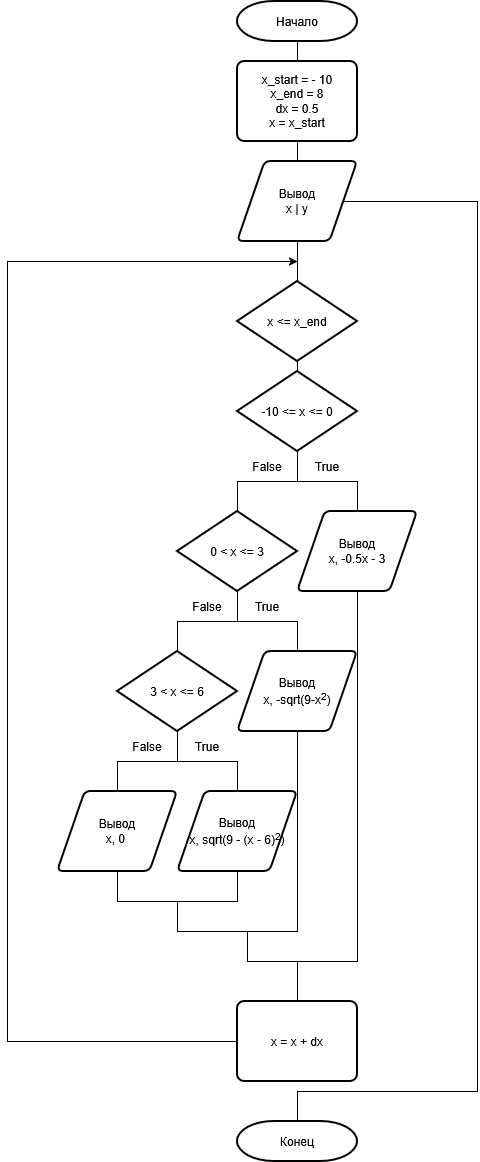
Before: ta1.drawio.png, a diagram exported from draw.io (towanth/Python_cycles). Source tidied: cells renumbered, new cells last; positions are measured from the earlier drawing's top-left corner, leaving out a move shared by most shapes. Its diagram source:
```xml
<mxGraphModel>
  <root>
    <mxCell id="0" />
    <mxCell id="1" parent="0" />
    <mxCell id="2" value="Начало" style="strokeWidth=2;html=1;shape=mxgraph.flowchart.terminator;whiteSpace=wrap;rotation=0;" parent="1" vertex="1">
      <mxGeometry x="230" width="120" height="40" as="geometry" />
    </mxCell>
    <mxCell id="3" style="endArrow=none;html=1;rounded=0;entryX=0.5;entryY=1;entryDx=0;entryDy=0;exitX=0.5;exitY=0;exitDx=0;exitDy=0;exitPerimeter=0;" parent="1" edge="1" source="4" target="10">
      <mxGeometry relative="1" as="geometry" />
    </mxCell>
    <mxCell id="4" value="x &amp;lt;= x_end" style="strokeWidth=2;html=1;shape=mxgraph.flowchart.decision;whiteSpace=wrap;rotation=0;" parent="1" vertex="1">
      <mxGeometry x="230" y="280" width="120" height="80" as="geometry" />
    </mxCell>
    <mxCell id="5" style="endArrow=none;html=1;rounded=0;entryX=0.5;entryY=1;entryDx=0;entryDy=0;entryPerimeter=0;exitX=0.5;exitY=0;exitDx=0;exitDy=0;exitPerimeter=0;" parent="1" edge="1" source="11" target="4">
      <mxGeometry relative="1" as="geometry" />
    </mxCell>
    <mxCell id="6" style="endArrow=none;html=1;rounded=0;entryX=1;entryY=0.5;entryDx=0;entryDy=0;exitX=0.5;exitY=0;exitDx=0;exitDy=0;exitPerimeter=0;" parent="1" edge="1" source="22" target="10">
      <mxGeometry relative="1" as="geometry">
        <Array as="points">
          <mxPoint x="290" y="1090" />
          <mxPoint x="360" y="1090" />
          <mxPoint x="470" y="1090" />
          <mxPoint x="470" y="970" />
          <mxPoint x="470" y="200" />
        </Array>
      </mxGeometry>
    </mxCell>
    <mxCell id="7" value="&lt;div&gt;x_start = - 10&lt;/div&gt;&lt;div&gt;x_end = 8&lt;/div&gt;&lt;div&gt;dx = 0.5&lt;/div&gt;&lt;div&gt;x = x_start&lt;/div&gt;" style="rounded=1;whiteSpace=wrap;html=1;absoluteArcSize=1;arcSize=14;strokeWidth=2;rotation=0;" parent="1" vertex="1">
      <mxGeometry x="230" y="60" width="120" height="80" as="geometry" />
    </mxCell>
    <mxCell id="8" style="endArrow=none;html=1;rounded=0;entryX=0.5;entryY=1;entryDx=0;entryDy=0;entryPerimeter=0;exitX=0.5;exitY=0;exitDx=0;exitDy=0;" parent="1" edge="1" source="7" target="2">
      <mxGeometry relative="1" as="geometry" />
    </mxCell>
    <mxCell id="9" style="endArrow=none;html=1;rounded=0;entryX=0.5;entryY=1;entryDx=0;entryDy=0;exitX=0.5;exitY=0;exitDx=0;exitDy=0;" parent="1" edge="1" source="10" target="7">
      <mxGeometry relative="1" as="geometry" />
    </mxCell>
    <mxCell id="10" value="Вывод&lt;br&gt;x | y" style="shape=parallelogram;html=1;strokeWidth=2;perimeter=parallelogramPerimeter;whiteSpace=wrap;rounded=1;arcSize=12;size=0.23;rotation=0;" parent="1" vertex="1">
      <mxGeometry x="230" y="160" width="120" height="80" as="geometry" />
    </mxCell>
    <mxCell id="11" value="-10 &amp;lt;= x &amp;lt;= 0" style="strokeWidth=2;html=1;shape=mxgraph.flowchart.decision;whiteSpace=wrap;rotation=0;" parent="1" vertex="1">
      <mxGeometry x="230" y="370" width="120" height="80" as="geometry" />
    </mxCell>
    <mxCell id="12" style="endArrow=none;html=1;rounded=0;entryX=0.5;entryY=1;entryDx=0;entryDy=0;entryPerimeter=0;exitX=0.5;exitY=0;exitDx=0;exitDy=0;exitPerimeter=0;" parent="1" edge="1" source="14" target="11">
      <mxGeometry relative="1" as="geometry">
        <Array as="points">
          <mxPoint x="230" y="480" />
          <mxPoint x="290" y="480" />
        </Array>
      </mxGeometry>
    </mxCell>
    <mxCell id="13" value="Вывод&lt;br&gt;x, -0.5x - 3" style="shape=parallelogram;html=1;strokeWidth=2;perimeter=parallelogramPerimeter;whiteSpace=wrap;rounded=1;arcSize=12;size=0.23;rotation=0;" parent="1" vertex="1">
      <mxGeometry x="290" y="510" width="120" height="80" as="geometry" />
    </mxCell>
    <mxCell id="14" value="0 &amp;lt; x &amp;lt;= 3" style="strokeWidth=2;html=1;shape=mxgraph.flowchart.decision;whiteSpace=wrap;rotation=0;" parent="1" vertex="1">
      <mxGeometry x="170" y="510" width="120" height="80" as="geometry" />
    </mxCell>
    <mxCell id="15" value="Вывод&lt;br&gt;&lt;div&gt;x, -sqrt(9-x&lt;sup&gt;2&lt;/sup&gt;)&lt;/div&gt;" style="shape=parallelogram;html=1;strokeWidth=2;perimeter=parallelogramPerimeter;whiteSpace=wrap;rounded=1;arcSize=12;size=0.23;rotation=0;" parent="1" vertex="1">
      <mxGeometry x="230" y="650" width="120" height="80" as="geometry" />
    </mxCell>
    <mxCell id="16" value="3 &amp;lt; x &amp;lt;= 6" style="strokeWidth=2;html=1;shape=mxgraph.flowchart.decision;whiteSpace=wrap;rotation=0;" parent="1" vertex="1">
      <mxGeometry x="110" y="650" width="120" height="80" as="geometry" />
    </mxCell>
    <mxCell id="17" style="endArrow=none;html=1;rounded=0;entryX=0.5;entryY=1;entryDx=0;entryDy=0;entryPerimeter=0;exitX=0.5;exitY=0;exitDx=0;exitDy=0;" parent="1" edge="1" source="19" target="16">
      <mxGeometry relative="1" as="geometry">
        <Array as="points">
          <mxPoint x="110" y="760" />
          <mxPoint x="170" y="760" />
        </Array>
      </mxGeometry>
    </mxCell>
    <mxCell id="18" value="&lt;div&gt;Вывод&lt;/div&gt;&lt;div&gt;x, sqrt(9 - (x - 6)&lt;sup&gt;2&lt;/sup&gt;)&lt;/div&gt;" style="shape=parallelogram;html=1;strokeWidth=2;perimeter=parallelogramPerimeter;whiteSpace=wrap;rounded=1;arcSize=12;size=0.23;rotation=0;" parent="1" vertex="1">
      <mxGeometry x="170" y="790" width="120" height="80" as="geometry" />
    </mxCell>
    <mxCell id="19" value="&lt;div&gt;Вывод&lt;/div&gt;&lt;div&gt;x, 0&amp;nbsp;&lt;/div&gt;" style="shape=parallelogram;html=1;strokeWidth=2;perimeter=parallelogramPerimeter;whiteSpace=wrap;rounded=1;arcSize=12;size=0.23;rotation=0;" parent="1" vertex="1">
      <mxGeometry x="50" y="790" width="120" height="80" as="geometry" />
    </mxCell>
    <mxCell id="20" style="endArrow=none;html=1;rounded=0;entryX=0.5;entryY=1;entryDx=0;entryDy=0;" parent="1" edge="1" target="13">
      <mxGeometry relative="1" as="geometry">
        <mxPoint x="240" y="960" as="sourcePoint" />
        <Array as="points">
          <mxPoint x="350" y="960" />
        </Array>
      </mxGeometry>
    </mxCell>
    <mxCell id="21" style="endArrow=none;html=1;rounded=0;entryX=0.5;entryY=1;entryDx=0;entryDy=0;" parent="1" edge="1" target="15">
      <mxGeometry relative="1" as="geometry">
        <mxPoint x="170" y="930" as="sourcePoint" />
        <Array as="points">
          <mxPoint x="290" y="930" />
        </Array>
      </mxGeometry>
    </mxCell>
    <mxCell id="22" value="Конец" style="strokeWidth=2;html=1;shape=mxgraph.flowchart.terminator;whiteSpace=wrap;rotation=0;" parent="1" vertex="1">
      <mxGeometry x="230" y="1120" width="120" height="40" as="geometry" />
    </mxCell>
    <mxCell id="23" value="x = x + dx" style="rounded=1;whiteSpace=wrap;html=1;absoluteArcSize=1;arcSize=14;strokeWidth=2;rotation=0;" parent="1" vertex="1">
      <mxGeometry x="230" y="1000" width="120" height="80" as="geometry" />
    </mxCell>
    <mxCell id="24" style="endArrow=none;html=1;rounded=0;exitX=0.5;exitY=0;exitDx=0;exitDy=0;exitPerimeter=0;entryX=0.5;entryY=1;entryDx=0;entryDy=0;entryPerimeter=0;" parent="1" edge="1" source="16" target="14">
      <mxGeometry relative="1" as="geometry">
        <Array as="points">
          <mxPoint x="170" y="620" />
          <mxPoint x="230" y="620" />
        </Array>
      </mxGeometry>
    </mxCell>
    <mxCell id="25" style="endArrow=classic;html=1;rounded=0;exitX=0;exitY=0.5;exitDx=0;exitDy=0;" parent="1" edge="1" source="23">
      <mxGeometry relative="1" as="geometry">
        <mxPoint x="290" y="260" as="targetPoint" />
        <Array as="points">
          <mxPoint y="1040" />
          <mxPoint y="260" />
        </Array>
      </mxGeometry>
    </mxCell>
    <mxCell id="26" value="True" style="text;html=1;whiteSpace=wrap;strokeColor=none;fillColor=none;align=center;verticalAlign=middle;rounded=0;" parent="1" vertex="1">
      <mxGeometry x="290" y="450" width="60" height="30" as="geometry" />
    </mxCell>
    <mxCell id="27" value="False" style="text;html=1;whiteSpace=wrap;strokeColor=none;fillColor=none;align=center;verticalAlign=middle;rounded=0;" parent="1" vertex="1">
      <mxGeometry x="230" y="450" width="60" height="30" as="geometry" />
    </mxCell>
    <mxCell id="28" value="True" style="text;html=1;whiteSpace=wrap;strokeColor=none;fillColor=none;align=center;verticalAlign=middle;rounded=0;" parent="1" vertex="1">
      <mxGeometry x="230" y="590" width="60" height="30" as="geometry" />
    </mxCell>
    <mxCell id="29" value="False" style="text;html=1;whiteSpace=wrap;strokeColor=none;fillColor=none;align=center;verticalAlign=middle;rounded=0;" parent="1" vertex="1">
      <mxGeometry x="170" y="590" width="60" height="30" as="geometry" />
    </mxCell>
    <mxCell id="30" value="True" style="text;html=1;whiteSpace=wrap;strokeColor=none;fillColor=none;align=center;verticalAlign=middle;rounded=0;" parent="1" vertex="1">
      <mxGeometry x="170" y="730" width="60" height="30" as="geometry" />
    </mxCell>
    <mxCell id="31" value="False" style="text;html=1;whiteSpace=wrap;strokeColor=none;fillColor=none;align=center;verticalAlign=middle;rounded=0;" parent="1" vertex="1">
      <mxGeometry x="110" y="730" width="60" height="30" as="geometry" />
    </mxCell>
    <mxCell id="32" style="endArrow=none;html=1;rounded=0;exitX=0.5;exitY=0;exitDx=0;exitDy=0;entryX=0.5;entryY=1;entryDx=0;entryDy=0;entryPerimeter=0;" parent="1" edge="1" source="13" target="11">
      <mxGeometry relative="1" as="geometry">
        <Array as="points">
          <mxPoint x="350" y="480" />
          <mxPoint x="320" y="480" />
          <mxPoint x="290" y="480" />
        </Array>
      </mxGeometry>
    </mxCell>
    <mxCell id="33" style="endArrow=none;html=1;rounded=0;exitX=0.5;exitY=0;exitDx=0;exitDy=0;entryX=0.5;entryY=1;entryDx=0;entryDy=0;entryPerimeter=0;" parent="1" edge="1" source="15" target="14">
      <mxGeometry relative="1" as="geometry">
        <Array as="points">
          <mxPoint x="290" y="620" />
          <mxPoint x="230" y="620" />
        </Array>
      </mxGeometry>
    </mxCell>
    <mxCell id="34" style="endArrow=none;html=1;rounded=0;entryX=0.5;entryY=0;entryDx=0;entryDy=0;exitX=0.5;exitY=1;exitDx=0;exitDy=0;exitPerimeter=0;" parent="1" edge="1" source="16" target="18">
      <mxGeometry relative="1" as="geometry">
        <Array as="points">
          <mxPoint x="170" y="760" />
          <mxPoint x="230" y="760" />
        </Array>
      </mxGeometry>
    </mxCell>
    <mxCell id="35" style="endArrow=none;html=1;rounded=0;entryX=0.5;entryY=1;entryDx=0;entryDy=0;exitX=0.5;exitY=0;exitDx=0;exitDy=0;" parent="1" edge="1" target="19">
      <mxGeometry relative="1" as="geometry">
        <mxPoint x="170" y="930" as="sourcePoint" />
        <Array as="points">
          <mxPoint x="170" y="900" />
          <mxPoint x="110" y="900" />
        </Array>
      </mxGeometry>
    </mxCell>
    <mxCell id="36" style="endArrow=none;html=1;rounded=0;entryX=0.5;entryY=1;entryDx=0;entryDy=0;exitX=0.5;exitY=0;exitDx=0;exitDy=0;" parent="1" edge="1" target="18">
      <mxGeometry relative="1" as="geometry">
        <mxPoint x="170" y="930" as="sourcePoint" />
        <Array as="points">
          <mxPoint x="170" y="900" />
          <mxPoint x="230" y="900" />
        </Array>
      </mxGeometry>
    </mxCell>
    <mxCell id="37" style="endArrow=none;html=1;rounded=0;exitX=0.5;exitY=0;exitDx=0;exitDy=0;" parent="1" edge="1" source="23">
      <mxGeometry relative="1" as="geometry">
        <mxPoint x="290" y="960" as="targetPoint" />
      </mxGeometry>
    </mxCell>
    <mxCell id="38" style="endArrow=none;html=1;rounded=0;" parent="1" edge="1">
      <mxGeometry relative="1" as="geometry">
        <mxPoint x="240" y="960" as="sourcePoint" />
        <mxPoint x="240" y="930" as="targetPoint" />
      </mxGeometry>
    </mxCell>
  </root>
</mxGraphModel>
```
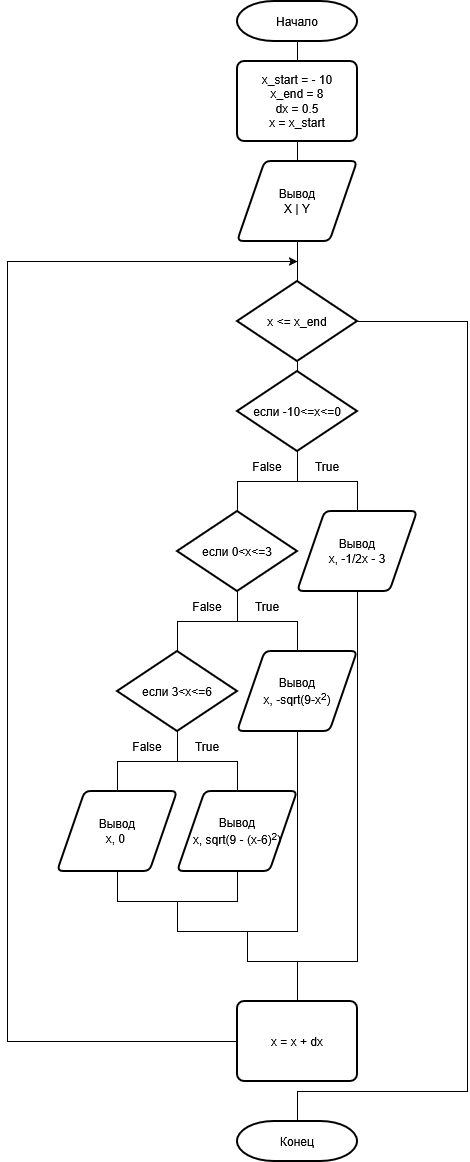
Above is the later version.

Diff of the diagram source:
```diff
@@ -14,14 +14,13 @@
     <mxCell id="5" style="endArrow=none;html=1;rounded=0;entryX=0.5;entryY=1;entryDx=0;entryDy=0;entryPerimeter=0;exitX=0.5;exitY=0;exitDx=0;exitDy=0;exitPerimeter=0;" parent="1" edge="1" source="11" target="4">
       <mxGeometry relative="1" as="geometry" />
     </mxCell>
-    <mxCell id="6" style="endArrow=none;html=1;rounded=0;entryX=1;entryY=0.5;entryDx=0;entryDy=0;exitX=0.5;exitY=0;exitDx=0;exitDy=0;exitPerimeter=0;" parent="1" edge="1" source="22" target="10">
+    <mxCell id="6" style="endArrow=none;html=1;rounded=0;entryX=1;entryY=0.5;entryDx=0;entryDy=0;exitX=0.5;exitY=0;exitDx=0;exitDy=0;exitPerimeter=0;entryPerimeter=0;" parent="1" edge="1" source="22" target="4">
       <mxGeometry relative="1" as="geometry">
         <Array as="points">
           <mxPoint x="290" y="1090" />
           <mxPoint x="360" y="1090" />
-          <mxPoint x="470" y="1090" />
-          <mxPoint x="470" y="970" />
-          <mxPoint x="470" y="200" />
+          <mxPoint x="460" y="1090" />
+          <mxPoint x="460" y="320" />
         </Array>
       </mxGeometry>
     </mxCell>
@@ -34,10 +33,10 @@
     <mxCell id="9" style="endArrow=none;html=1;rounded=0;entryX=0.5;entryY=1;entryDx=0;entryDy=0;exitX=0.5;exitY=0;exitDx=0;exitDy=0;" parent="1" edge="1" source="10" target="7">
       <mxGeometry relative="1" as="geometry" />
     </mxCell>
-    <mxCell id="10" value="Вывод&lt;br&gt;x | y" style="shape=parallelogram;html=1;strokeWidth=2;perimeter=parallelogramPerimeter;whiteSpace=wrap;rounded=1;arcSize=12;size=0.23;rotation=0;" parent="1" vertex="1">
+    <mxCell id="10" value="Вывод&lt;br&gt;X | Y" style="shape=parallelogram;html=1;strokeWidth=2;perimeter=parallelogramPerimeter;whiteSpace=wrap;rounded=1;arcSize=12;size=0.23;rotation=0;" parent="1" vertex="1">
       <mxGeometry x="230" y="160" width="120" height="80" as="geometry" />
     </mxCell>
-    <mxCell id="11" value="-10 &amp;lt;= x &amp;lt;= 0" style="strokeWidth=2;html=1;shape=mxgraph.flowchart.decision;whiteSpace=wrap;rotation=0;" parent="1" vertex="1">
+    <mxCell id="11" value="если -10&amp;lt;=x&amp;lt;=0" style="strokeWidth=2;html=1;shape=mxgraph.flowchart.decision;whiteSpace=wrap;rotation=0;" parent="1" vertex="1">
       <mxGeometry x="230" y="370" width="120" height="80" as="geometry" />
     </mxCell>
     <mxCell id="12" style="endArrow=none;html=1;rounded=0;entryX=0.5;entryY=1;entryDx=0;entryDy=0;entryPerimeter=0;exitX=0.5;exitY=0;exitDx=0;exitDy=0;exitPerimeter=0;" parent="1" edge="1" source="14" target="11">
@@ -48,16 +47,16 @@
         </Array>
       </mxGeometry>
     </mxCell>
-    <mxCell id="13" value="Вывод&lt;br&gt;x, -0.5x - 3" style="shape=parallelogram;html=1;strokeWidth=2;perimeter=parallelogramPerimeter;whiteSpace=wrap;rounded=1;arcSize=12;size=0.23;rotation=0;" parent="1" vertex="1">
+    <mxCell id="13" value="Вывод&lt;br&gt;x, -1/2x - 3" style="shape=parallelogram;html=1;strokeWidth=2;perimeter=parallelogramPerimeter;whiteSpace=wrap;rounded=1;arcSize=12;size=0.23;rotation=0;" parent="1" vertex="1">
       <mxGeometry x="290" y="510" width="120" height="80" as="geometry" />
     </mxCell>
-    <mxCell id="14" value="0 &amp;lt; x &amp;lt;= 3" style="strokeWidth=2;html=1;shape=mxgraph.flowchart.decision;whiteSpace=wrap;rotation=0;" parent="1" vertex="1">
+    <mxCell id="14" value="если 0&amp;lt;x&amp;lt;=3" style="strokeWidth=2;html=1;shape=mxgraph.flowchart.decision;whiteSpace=wrap;rotation=0;" parent="1" vertex="1">
       <mxGeometry x="170" y="510" width="120" height="80" as="geometry" />
     </mxCell>
     <mxCell id="15" value="Вывод&lt;br&gt;&lt;div&gt;x, -sqrt(9-x&lt;sup&gt;2&lt;/sup&gt;)&lt;/div&gt;" style="shape=parallelogram;html=1;strokeWidth=2;perimeter=parallelogramPerimeter;whiteSpace=wrap;rounded=1;arcSize=12;size=0.23;rotation=0;" parent="1" vertex="1">
       <mxGeometry x="230" y="650" width="120" height="80" as="geometry" />
     </mxCell>
-    <mxCell id="16" value="3 &amp;lt; x &amp;lt;= 6" style="strokeWidth=2;html=1;shape=mxgraph.flowchart.decision;whiteSpace=wrap;rotation=0;" parent="1" vertex="1">
+    <mxCell id="16" value="если 3&amp;lt;x&amp;lt;=6" style="strokeWidth=2;html=1;shape=mxgraph.flowchart.decision;whiteSpace=wrap;rotation=0;" parent="1" vertex="1">
       <mxGeometry x="110" y="650" width="120" height="80" as="geometry" />
     </mxCell>
     <mxCell id="17" style="endArrow=none;html=1;rounded=0;entryX=0.5;entryY=1;entryDx=0;entryDy=0;entryPerimeter=0;exitX=0.5;exitY=0;exitDx=0;exitDy=0;" parent="1" edge="1" source="19" target="16">
@@ -68,7 +67,7 @@
         </Array>
       </mxGeometry>
     </mxCell>
-    <mxCell id="18" value="&lt;div&gt;Вывод&lt;/div&gt;&lt;div&gt;x, sqrt(9 - (x - 6)&lt;sup&gt;2&lt;/sup&gt;)&lt;/div&gt;" style="shape=parallelogram;html=1;strokeWidth=2;perimeter=parallelogramPerimeter;whiteSpace=wrap;rounded=1;arcSize=12;size=0.23;rotation=0;" parent="1" vertex="1">
+    <mxCell id="18" value="&lt;div&gt;Вывод&lt;/div&gt;&lt;div&gt;x, sqrt(9 - (x-6)&lt;sup&gt;2&lt;/sup&gt;)&lt;/div&gt;" style="shape=parallelogram;html=1;strokeWidth=2;perimeter=parallelogramPerimeter;whiteSpace=wrap;rounded=1;arcSize=12;size=0.23;rotation=0;" parent="1" vertex="1">
       <mxGeometry x="170" y="790" width="120" height="80" as="geometry" />
     </mxCell>
     <mxCell id="19" value="&lt;div&gt;Вывод&lt;/div&gt;&lt;div&gt;x, 0&amp;nbsp;&lt;/div&gt;" style="shape=parallelogram;html=1;strokeWidth=2;perimeter=parallelogramPerimeter;whiteSpace=wrap;rounded=1;arcSize=12;size=0.23;rotation=0;" parent="1" vertex="1">
```
